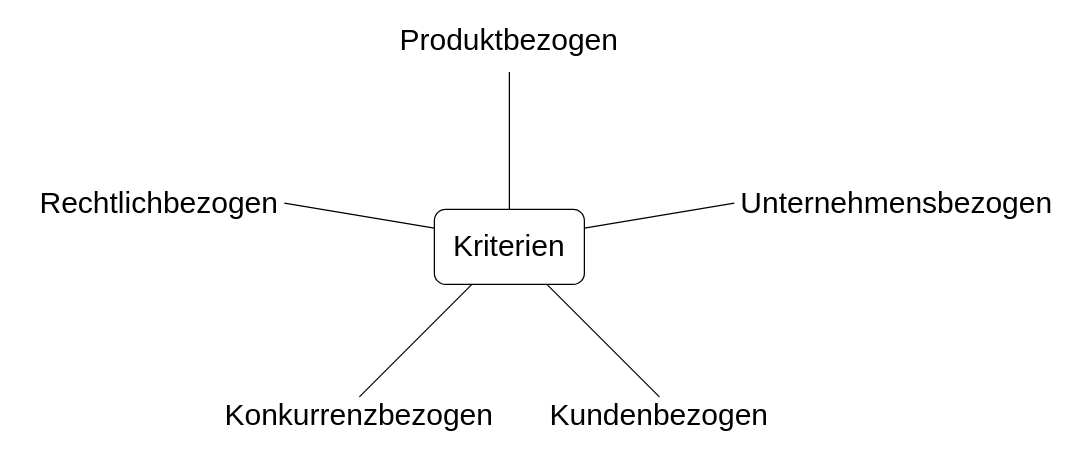
Before: Absatzkanal_Kriterien.drawio in RyanFlm/draw.io-files, a draw.io diagram. Source tidied: cells renumbered, new cells numbered last; positions are measured from the earlier drawing's top-left corner, leaving out a move shared by most shapes. Both pictures are drawn from the tidied source at 125%, with x=0, y=0 at pixel (34, 21).
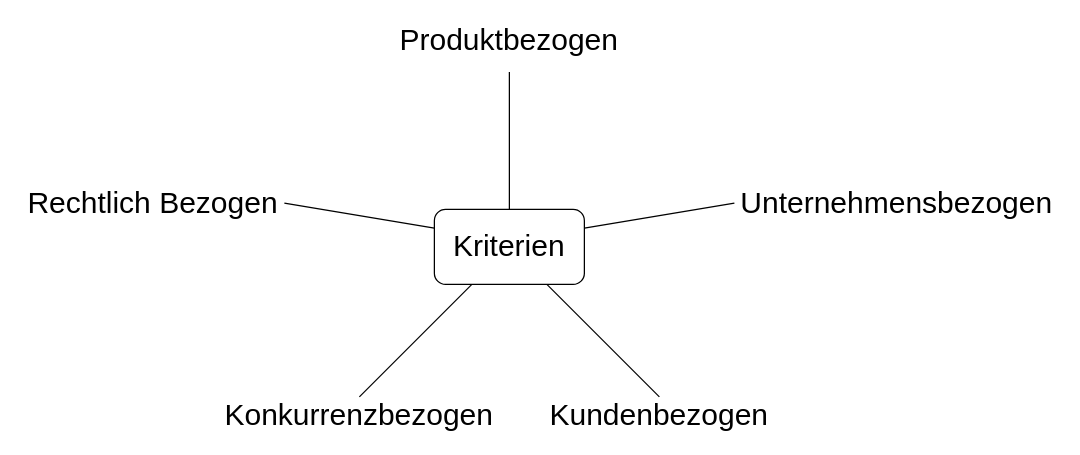
After the change.

The edit, as a diff of the source:
```diff
@@
 <mxGraphModel>
   <root>
     <mxCell id="0" />
     <mxCell id="1" parent="0" />
     <mxCell id="2" value="&lt;font style=&quot;font-size: 24px&quot;&gt;Kriterien&lt;/font&gt;" style="rounded=1;whiteSpace=wrap;html=1;" parent="1" vertex="1">
       <mxGeometry x="320" y="150" width="120" height="60" as="geometry" />
     </mxCell>
     <mxCell id="3" style="endArrow=none;html=1;rounded=0;fontSize=24;entryX=0.5;entryY=0;entryDx=0;entryDy=0;" parent="1" edge="1" target="2">
       <mxGeometry relative="1" as="geometry">
         <mxPoint x="380" y="40" as="sourcePoint" />
       </mxGeometry>
     </mxCell>
     <mxCell id="4" value="Produktbezogen" style="text;html=1;strokeColor=none;fillColor=none;align=center;verticalAlign=middle;whiteSpace=wrap;rounded=0;fontSize=24;" parent="1" vertex="1">
       <mxGeometry x="288" width="184" height="30" as="geometry" />
     </mxCell>
     <mxCell id="5" style="endArrow=none;html=1;rounded=0;fontSize=24;exitX=1;exitY=0.25;exitDx=0;exitDy=0;entryX=0;entryY=0.5;entryDx=0;entryDy=0;" parent="1" edge="1" source="2" target="6">
       <mxGeometry relative="1" as="geometry" />
     </mxCell>
     <mxCell id="6" value="Unternehmensbezogen" style="text;html=1;strokeColor=none;fillColor=none;align=center;verticalAlign=middle;whiteSpace=wrap;rounded=0;fontSize=24;" parent="1" vertex="1">
       <mxGeometry x="560" y="130" width="260" height="30" as="geometry" />
     </mxCell>
     <mxCell id="7" style="endArrow=none;html=1;rounded=0;fontSize=24;entryX=0.75;entryY=1;entryDx=0;entryDy=0;exitX=0.5;exitY=0;exitDx=0;exitDy=0;" parent="1" edge="1" source="8" target="2">
       <mxGeometry relative="1" as="geometry" />
     </mxCell>
     <mxCell id="8" value="Kundenbezogen" style="text;html=1;strokeColor=none;fillColor=none;align=center;verticalAlign=middle;whiteSpace=wrap;rounded=0;fontSize=24;" parent="1" vertex="1">
       <mxGeometry x="410" y="300" width="180" height="30" as="geometry" />
     </mxCell>
     <mxCell id="9" style="endArrow=none;html=1;rounded=0;fontSize=24;entryX=0.25;entryY=1;entryDx=0;entryDy=0;exitX=0.5;exitY=0;exitDx=0;exitDy=0;" parent="1" edge="1" source="10" target="2">
       <mxGeometry relative="1" as="geometry" />
     </mxCell>
     <mxCell id="10" value="Konkurrenzbezogen" style="text;html=1;strokeColor=none;fillColor=none;align=center;verticalAlign=middle;whiteSpace=wrap;rounded=0;fontSize=24;" parent="1" vertex="1">
       <mxGeometry x="150" y="300" width="220" height="30" as="geometry" />
     </mxCell>
     <mxCell id="11" style="endArrow=none;html=1;rounded=0;fontSize=24;entryX=0;entryY=0.25;entryDx=0;entryDy=0;exitX=1;exitY=0.5;exitDx=0;exitDy=0;" parent="1" edge="1" source="12" target="2">
       <mxGeometry relative="1" as="geometry" />
     </mxCell>
-    <mxCell id="12" value="Rechtlichbezogen" style="text;html=1;strokeColor=none;fillColor=none;align=center;verticalAlign=middle;whiteSpace=wrap;rounded=0;fontSize=24;" parent="1" vertex="1">
-      <mxGeometry y="130" width="200" height="30" as="geometry" />
+    <mxCell id="12" value="Rechtlich Bezogen" style="text;html=1;strokeColor=none;fillColor=none;align=center;verticalAlign=middle;whiteSpace=wrap;rounded=0;fontSize=24;" parent="1" vertex="1">
+      <mxGeometry x="-10" y="130" width="210" height="30" as="geometry" />
     </mxCell>
   </root>
 </mxGraphModel>
```
